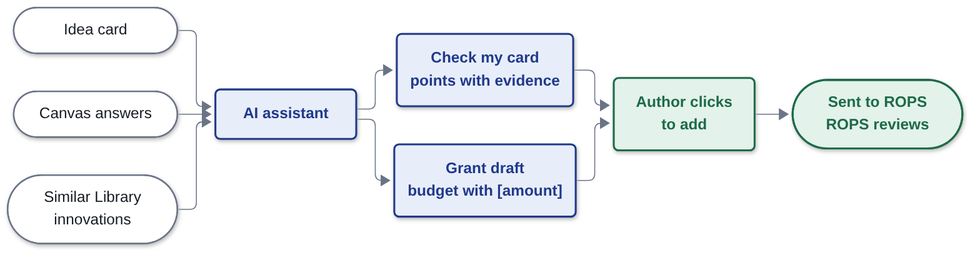
Earlier version of the Mermaid export pitch/diagramy/ai-3-creator.png (DEFALT314/feniks). Its source is kept beside it as pitch/diagramy/ai-3-creator.mmd. Its diagram source:
```mermaid
%%{init: {"theme":"base","themeVariables":{"background":"#FFFFFF","primaryColor":"#FFFFFF","primaryBorderColor":"#1F3A8A","primaryTextColor":"#151A23","lineColor":"#6B7487","fontFamily":"Inter, Arial, Liberation Sans, Noto Sans, sans-serif","fontSize":"16px"},"flowchart":{"curve":"basis","nodeSpacing":40,"rankSpacing":50,"padding":14,"wrappingWidth":260}}}%%
flowchart LR
    I(["Idea card"]):::data --> X("AI assistant"):::ai
    K(["Canvas answers"]):::data --> X
    L(["Similar Library<br/>innovations"]):::data --> X
    X --> C("Check my card<br/>points with evidence"):::ai
    X --> G("Grant draft<br/>budget with [amount]"):::ai
    C --> H("Author clicks<br/>to add"):::human
    G --> H
    H --> R(["Sent to ROPS<br/>ROPS reviews"]):::human
    classDef ai fill:#E8EDFA,stroke:#1F3A8A,stroke-width:2px,color:#1F3A8A,font-weight:bold
    classDef data fill:#FFFFFF,stroke:#6B7487,stroke-width:1.5px,color:#151A23
    classDef human fill:#E3F2EA,stroke:#1D6B48,stroke-width:2px,color:#1D6B48,font-weight:bold
```
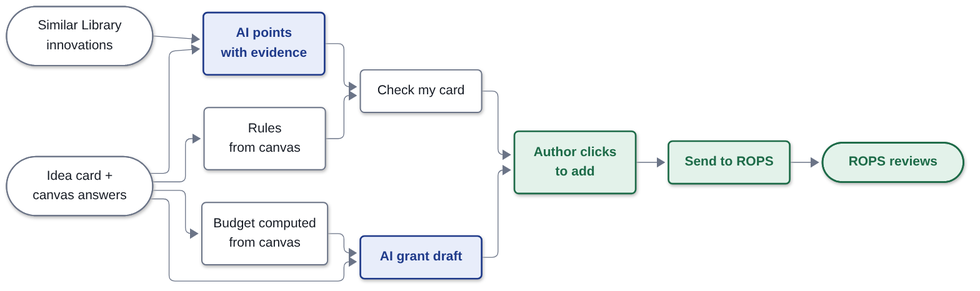
After the change.

The edit, as a diff of the source:
```diff
@@ -1,13 +1,17 @@
 %%{init: {"theme":"base","themeVariables":{"background":"#FFFFFF","primaryColor":"#FFFFFF","primaryBorderColor":"#1F3A8A","primaryTextColor":"#151A23","lineColor":"#6B7487","fontFamily":"Inter, Arial, Liberation Sans, Noto Sans, sans-serif","fontSize":"16px"},"flowchart":{"curve":"basis","nodeSpacing":40,"rankSpacing":50,"padding":14,"wrappingWidth":260}}}%%
 flowchart LR
-    I(["Idea card"]):::data --> X("AI assistant"):::ai
-    K(["Canvas answers"]):::data --> X
+    I(["Idea card +<br/>canvas answers"]):::data --> R1("Rules<br/>from canvas"):::data
+    I --> X("AI points<br/>with evidence"):::ai
     L(["Similar Library<br/>innovations"]):::data --> X
-    X --> C("Check my card<br/>points with evidence"):::ai
-    X --> G("Grant draft<br/>budget with [amount]"):::ai
+    I --> B("Budget computed<br/>from canvas"):::data
+    I --> G("AI grant draft"):::ai
+    B --> G
+    R1 --> C("Check my card"):::data
+    X --> C
     C --> H("Author clicks<br/>to add"):::human
     G --> H
-    H --> R(["Sent to ROPS<br/>ROPS reviews"]):::human
+    H --> S("Send to ROPS"):::human
+    S --> RV(["ROPS reviews"]):::human
     classDef ai fill:#E8EDFA,stroke:#1F3A8A,stroke-width:2px,color:#1F3A8A,font-weight:bold
     classDef data fill:#FFFFFF,stroke:#6B7487,stroke-width:1.5px,color:#151A23
     classDef human fill:#E3F2EA,stroke:#1D6B48,stroke-width:2px,color:#1D6B48,font-weight:bold
```
